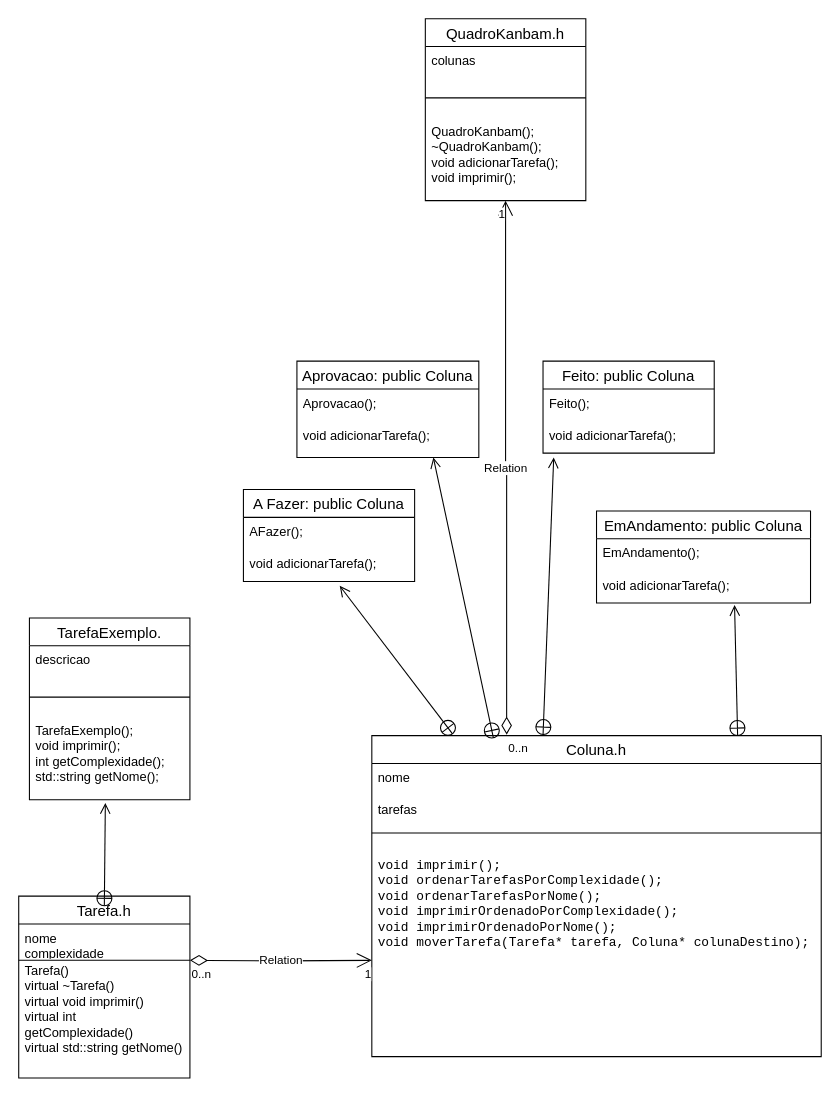
matheusqap/ProjetoLP1 keeps this draw.io diagram as diagrama_projetoLP1.drawio. Above is the earlier version. Source tidied: cells renumbered, new cells numbered last; positions are measured from the earlier drawing's top-left corner, leaving out a move shared by most shapes. Both pictures are drawn from the tidied source at 107%, with x=0, y=0 at pixel (18, 18).
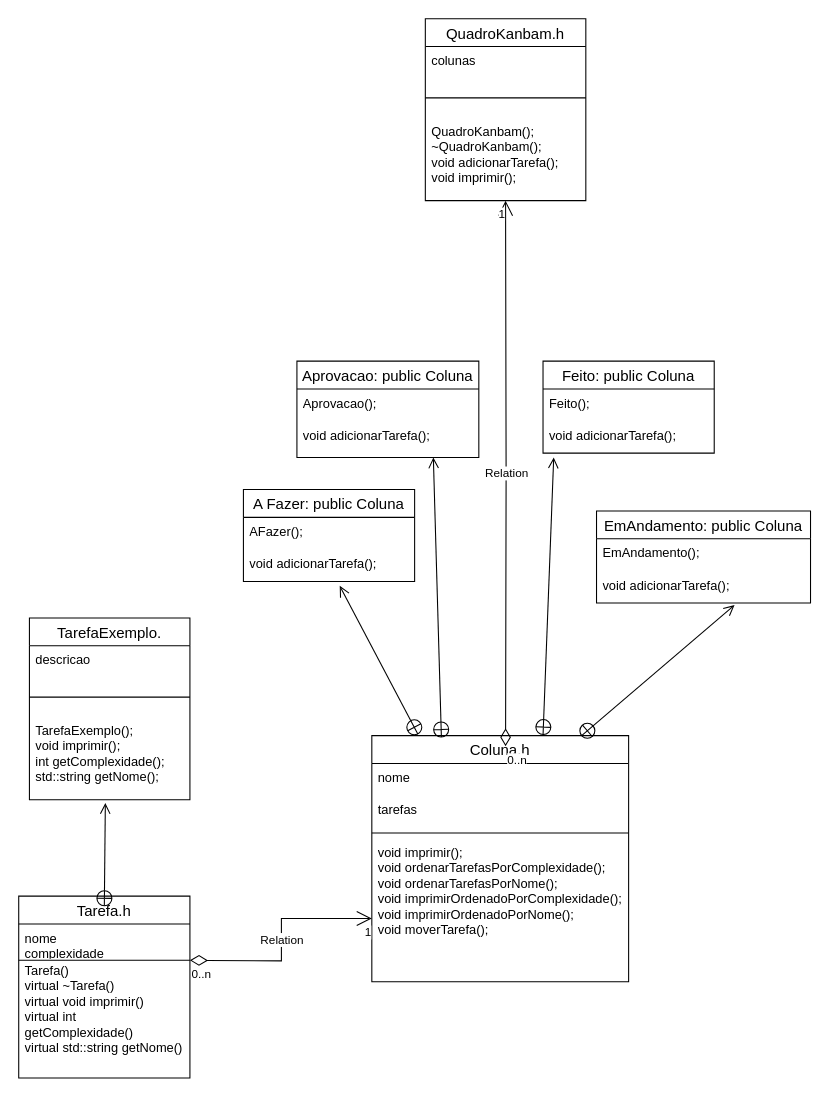
The same diagram, later.

The change refers to these unchanged cells:
```xml
<mxCell id="27" value="QuadroKanbam.h" style="swimlane;fontStyle=0;horizontal=1;startSize=26;align=center;fontSize=14;" parent="1" vertex="1">
  <mxGeometry x="380" width="150" height="170" as="geometry" />
</mxCell>
```

Diff of the diagram source:
```diff
@@
     <mxCell id="6" value="Coluna.h" style="swimlane;fontStyle=0;horizontal=1;startSize=26;align=center;fontSize=14;" parent="1" vertex="1">
-      <mxGeometry x="330" y="670" width="420" height="300" as="geometry" />
+      <mxGeometry x="330" y="670" width="240" height="230" as="geometry" />
     </mxCell>
     <mxCell id="7" value="nome" style="text;strokeColor=none;fillColor=none;spacingLeft=4;spacingRight=4;overflow=hidden;fontSize=12;whiteSpace=wrap;html=1;" parent="6" vertex="1">
-      <mxGeometry y="26" width="420" height="30" as="geometry" />
+      <mxGeometry y="26" width="240" height="30" as="geometry" />
     </mxCell>
     <mxCell id="8" value="tarefas" style="text;strokeColor=none;fillColor=none;spacingLeft=4;spacingRight=4;overflow=hidden;fontSize=12;whiteSpace=wrap;html=1;" parent="6" vertex="1">
-      <mxGeometry y="56" width="420" height="30" as="geometry" />
+      <mxGeometry y="56" width="240" height="30" as="geometry" />
     </mxCell>
     <mxCell id="9" style="line;strokeWidth=1;dashed=0;labelPosition=right;align=left;verticalAlign=middle;spacingTop=0;spacingLeft=6;" parent="6" vertex="1">
-      <mxGeometry y="86" width="420" height="10" as="geometry" />
+      <mxGeometry y="86" width="240" height="10" as="geometry" />
     </mxCell>
-    <mxCell id="10" value="&lt;pre&gt;&lt;code&gt;void imprimir();&lt;br&gt;void ordenarTarefasPorComplexidade();&lt;br&gt;void ordenarTarefasPorNome();&lt;br&gt;void imprimirOrdenadoPorComplexidade();&lt;br&gt;void imprimirOrdenadoPorNome();&lt;br&gt;void moverTarefa(Tarefa* tarefa, Coluna* colunaDestino);&lt;br&gt;&lt;/code&gt;&lt;br&gt;&lt;/pre&gt;" style="text;strokeColor=none;fillColor=none;spacingLeft=4;spacingRight=4;overflow=hidden;points=[[0,0.5],[1,0.5]];portConstraint=eastwest;fontSize=12;whiteSpace=wrap;html=1;" parent="6" vertex="1">
-      <mxGeometry y="96" width="420" height="204" as="geometry" />
+    <mxCell id="10" value="void imprimir();&lt;br&gt;void ordenarTarefasPorComplexidade();&lt;br&gt;void ordenarTarefasPorNome();&lt;br&gt;void imprimirOrdenadoPorComplexidade();&lt;br&gt;void imprimirOrdenadoPorNome();&lt;br&gt;void moverTarefa();&lt;br&gt;" style="text;strokeColor=none;fillColor=none;spacingLeft=4;spacingRight=4;overflow=hidden;points=[[0,0.5],[1,0.5]];portConstraint=eastwest;fontSize=12;whiteSpace=wrap;html=1;" parent="6" vertex="1">
+      <mxGeometry y="96" width="240" height="134" as="geometry" />
     </mxCell>
@@
-    <mxCell id="39" value="Relation" style="endArrow=open;html=1;endSize=12;startArrow=diamondThin;startSize=14;startFill=0;edgeStyle=orthogonalEdgeStyle;rounded=0;entryX=0.5;entryY=1;entryDx=0;entryDy=0;exitX=0.3;exitY=-0.003;exitDx=0;exitDy=0;exitPerimeter=0;" parent="1" edge="1" source="6" target="27">
-      <mxGeometry relative="1" as="geometry" />
+    <mxCell id="39" value="Relation" style="endArrow=open;html=1;endSize=12;startArrow=diamondThin;startSize=14;startFill=0;edgeStyle=orthogonalEdgeStyle;rounded=0;entryX=0.5;entryY=1;entryDx=0;entryDy=0;" parent="1" edge="1" target="27">
+      <mxGeometry relative="1" as="geometry">
+        <mxPoint x="455" y="680" as="sourcePoint" />
+      </mxGeometry>
     </mxCell>
```
